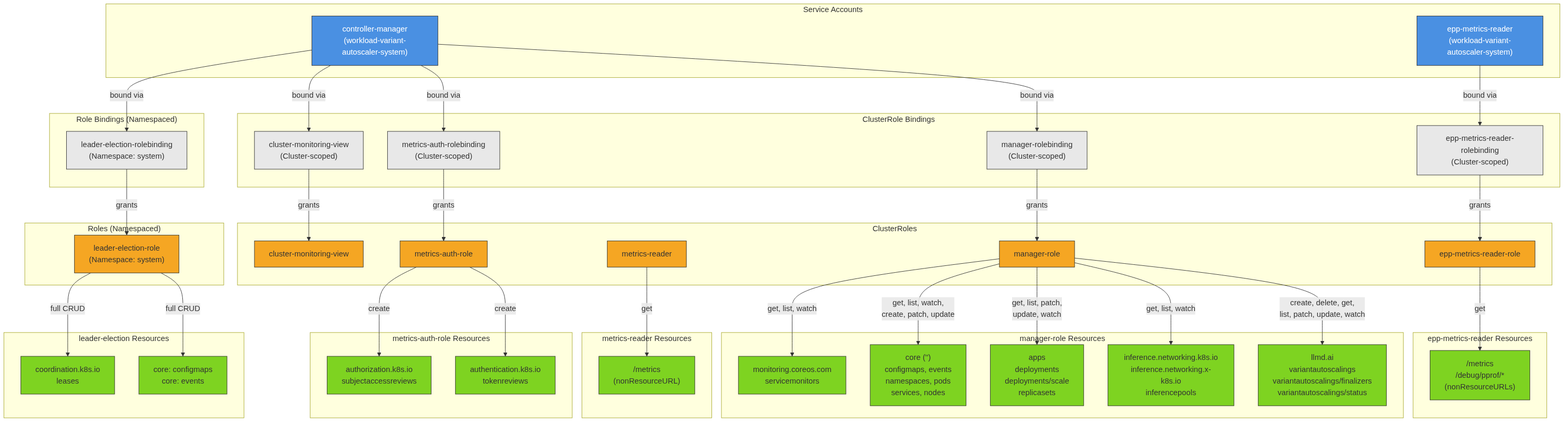
The Mermaid diagram architecture/rhoai-3.4-ea.2/diagrams/workload-variant-autoscaler-rbac.png in rhuss/architecture-context, before a commit. Its source is kept beside it as architecture/rhoai-3.4-ea.2/diagrams/workload-variant-autoscaler-rbac.mmd. Its diagram source:
```mermaid

graph TD
    subgraph ServiceAccounts["Service Accounts"]
        SA_CM["controller-manager<br/>(workload-variant-autoscaler-system)"]
        SA_EPP["epp-metrics-reader<br/>(workload-variant-autoscaler-system)"]
    end

    subgraph ClusterRoleBindings["ClusterRole Bindings"]
        CRB_MGR["manager-rolebinding<br/>(Cluster-scoped)"]
        CRB_AUTH["metrics-auth-rolebinding<br/>(Cluster-scoped)"]
        CRB_MON["cluster-monitoring-view<br/>(Cluster-scoped)"]
        CRB_EPP["epp-metrics-reader-rolebinding<br/>(Cluster-scoped)"]
    end

    subgraph RoleBindings["Role Bindings (Namespaced)"]
        RB_LEADER["leader-election-rolebinding<br/>(Namespace: system)"]
    end

    subgraph ClusterRoles["ClusterRoles"]
        CR_MGR["manager-role"]
        CR_AUTH["metrics-auth-role"]
        CR_READ["metrics-reader"]
        CR_MON["cluster-monitoring-view"]
        CR_EPP["epp-metrics-reader-role"]
    end

    subgraph Roles["Roles (Namespaced)"]
        R_LEADER["leader-election-role<br/>(Namespace: system)"]
    end

    subgraph ManagerResources["manager-role Resources"]
        RES_VA["llmd.ai<br/>variantautoscalings<br/>variantautoscalings/finalizers<br/>variantautoscalings/status"]
        RES_IP["inference.networking.k8s.io<br/>inference.networking.x-k8s.io<br/>inferencepools"]
        RES_DEPLOY["apps<br/>deployments<br/>deployments/scale<br/>replicasets"]
        RES_CORE["core ('')<br/>configmaps, events<br/>namespaces, pods<br/>services, nodes"]
        RES_MON_SM["monitoring.coreos.com<br/>servicemonitors"]
    end

    subgraph AuthResources["metrics-auth-role Resources"]
        RES_TOKEN["authentication.k8s.io<br/>tokenreviews"]
        RES_SAR["authorization.k8s.io<br/>subjectaccessreviews"]
    end

    subgraph MetricsResources["metrics-reader Resources"]
        RES_METRICS["/metrics<br/>(nonResourceURL)"]
    end

    subgraph EPPResources["epp-metrics-reader Resources"]
        RES_EPP_METRICS["/metrics<br/>/debug/pprof/*<br/>(nonResourceURLs)"]
    end

    subgraph LeaderResources["leader-election Resources"]
        RES_LEADER_CM["core: configmaps<br/>core: events"]
        RES_LEADER_LEASE["coordination.k8s.io<br/>leases"]
    end

    SA_CM -->|bound via| CRB_MGR
    SA_CM -->|bound via| CRB_AUTH
    SA_CM -->|bound via| CRB_MON
    SA_CM -->|bound via| RB_LEADER
    SA_EPP -->|bound via| CRB_EPP

    CRB_MGR -->|grants| CR_MGR
    CRB_AUTH -->|grants| CR_AUTH
    CRB_MON -->|grants| CR_MON
    CRB_EPP -->|grants| CR_EPP
    RB_LEADER -->|grants| R_LEADER

    CR_MGR -->|"create, delete, get,<br/>list, patch, update, watch"| RES_VA
    CR_MGR -->|"get, list, watch"| RES_IP
    CR_MGR -->|"get, list, patch,<br/>update, watch"| RES_DEPLOY
    CR_MGR -->|"get, list, watch,<br/>create, patch, update"| RES_CORE
    CR_MGR -->|"get, list, watch"| RES_MON_SM
    CR_AUTH -->|"create"| RES_TOKEN
    CR_AUTH -->|"create"| RES_SAR
    CR_READ -->|"get"| RES_METRICS
    CR_EPP -->|"get"| RES_EPP_METRICS
    R_LEADER -->|"full CRUD"| RES_LEADER_CM
    R_LEADER -->|"full CRUD"| RES_LEADER_LEASE

    style SA_CM fill:#4a90e2,stroke:#333,color:#fff
    style SA_EPP fill:#4a90e2,stroke:#333,color:#fff
    style CR_MGR fill:#f5a623,stroke:#333
    style CR_AUTH fill:#f5a623,stroke:#333
    style CR_READ fill:#f5a623,stroke:#333
    style CR_MON fill:#f5a623,stroke:#333
    style CR_EPP fill:#f5a623,stroke:#333
    style R_LEADER fill:#f5a623,stroke:#333
    style RES_VA fill:#7ed321,stroke:#333
    style RES_IP fill:#7ed321,stroke:#333
    style RES_DEPLOY fill:#7ed321,stroke:#333
    style RES_CORE fill:#7ed321,stroke:#333
    style RES_MON_SM fill:#7ed321,stroke:#333
    style RES_TOKEN fill:#7ed321,stroke:#333
    style RES_SAR fill:#7ed321,stroke:#333
    style RES_METRICS fill:#7ed321,stroke:#333
    style RES_EPP_METRICS fill:#7ed321,stroke:#333
    style RES_LEADER_CM fill:#7ed321,stroke:#333
    style RES_LEADER_LEASE fill:#7ed321,stroke:#333
    style CRB_MGR fill:#e8e8e8,stroke:#333
    style CRB_AUTH fill:#e8e8e8,stroke:#333
    style CRB_MON fill:#e8e8e8,stroke:#333
    style CRB_EPP fill:#e8e8e8,stroke:#333
    style RB_LEADER fill:#e8e8e8,stroke:#333
```
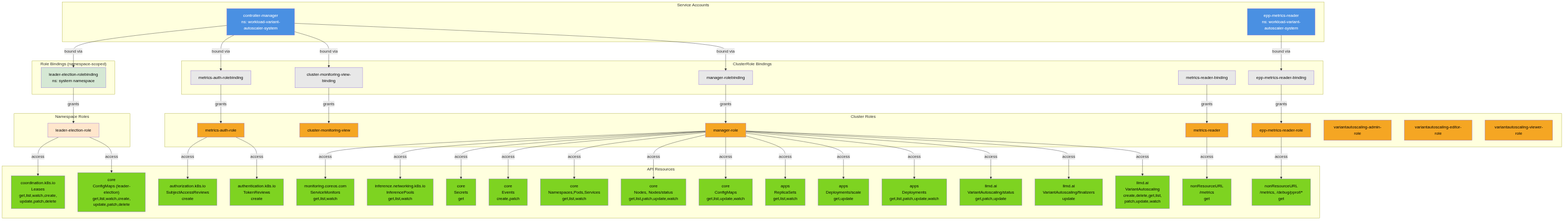
The same file after the commit.

Change to the diagram source:
```diff
@@ -1,104 +1,126 @@
 
 graph TD
     subgraph ServiceAccounts["Service Accounts"]
-        SA_CM["controller-manager<br/>(workload-variant-autoscaler-system)"]
-        SA_EPP["epp-metrics-reader<br/>(workload-variant-autoscaler-system)"]
+        SA_CM["controller-manager<br/>ns: workload-variant-autoscaler-system"]
+        SA_EPP["epp-metrics-reader<br/>ns: workload-variant-autoscaler-system"]
     end
 
     subgraph ClusterRoleBindings["ClusterRole Bindings"]
-        CRB_MGR["manager-rolebinding<br/>(Cluster-scoped)"]
-        CRB_AUTH["metrics-auth-rolebinding<br/>(Cluster-scoped)"]
-        CRB_MON["cluster-monitoring-view<br/>(Cluster-scoped)"]
-        CRB_EPP["epp-metrics-reader-rolebinding<br/>(Cluster-scoped)"]
+        CRB_MGR["manager-rolebinding"]
+        CRB_MON["cluster-monitoring-view-binding"]
+        CRB_AUTH["metrics-auth-rolebinding"]
+        CRB_READER["metrics-reader-binding"]
+        CRB_EPP["epp-metrics-reader-binding"]
     end
 
-    subgraph RoleBindings["Role Bindings (Namespaced)"]
-        RB_LEADER["leader-election-rolebinding<br/>(Namespace: system)"]
+    subgraph RoleBindings["Role Bindings (namespace-scoped)"]
+        RB_LE["leader-election-rolebinding<br/>ns: system namespace"]
     end
 
-    subgraph ClusterRoles["ClusterRoles"]
+    subgraph ClusterRoles["Cluster Roles"]
         CR_MGR["manager-role"]
+        CR_MON["cluster-monitoring-view"]
         CR_AUTH["metrics-auth-role"]
-        CR_READ["metrics-reader"]
-        CR_MON["cluster-monitoring-view"]
+        CR_READER["metrics-reader"]
         CR_EPP["epp-metrics-reader-role"]
+        CR_ADMIN["variantautoscaling-admin-role"]
+        CR_EDITOR["variantautoscaling-editor-role"]
+        CR_VIEWER["variantautoscaling-viewer-role"]
     end
 
-    subgraph Roles["Roles (Namespaced)"]
-        R_LEADER["leader-election-role<br/>(Namespace: system)"]
+    subgraph NamespaceRoles["Namespace Roles"]
+        NR_LE["leader-election-role"]
     end
 
-    subgraph ManagerResources["manager-role Resources"]
-        RES_VA["llmd.ai<br/>variantautoscalings<br/>variantautoscalings/finalizers<br/>variantautoscalings/status"]
-        RES_IP["inference.networking.k8s.io<br/>inference.networking.x-k8s.io<br/>inferencepools"]
-        RES_DEPLOY["apps<br/>deployments<br/>deployments/scale<br/>replicasets"]
-        RES_CORE["core ('')<br/>configmaps, events<br/>namespaces, pods<br/>services, nodes"]
-        RES_MON_SM["monitoring.coreos.com<br/>servicemonitors"]
-    end
-
-    subgraph AuthResources["metrics-auth-role Resources"]
-        RES_TOKEN["authentication.k8s.io<br/>tokenreviews"]
-        RES_SAR["authorization.k8s.io<br/>subjectaccessreviews"]
-    end
-
-    subgraph MetricsResources["metrics-reader Resources"]
-        RES_METRICS["/metrics<br/>(nonResourceURL)"]
-    end
-
-    subgraph EPPResources["epp-metrics-reader Resources"]
-        RES_EPP_METRICS["/metrics<br/>/debug/pprof/*<br/>(nonResourceURLs)"]
-    end
-
-    subgraph LeaderResources["leader-election Resources"]
-        RES_LEADER_CM["core: configmaps<br/>core: events"]
-        RES_LEADER_LEASE["coordination.k8s.io<br/>leases"]
+    subgraph Resources["API Resources"]
+        direction TB
+        R_VA["llmd.ai<br/>VariantAutoscaling<br/>create,delete,get,list,<br/>patch,update,watch"]
+        R_VA_FIN["llmd.ai<br/>VariantAutoscaling/finalizers<br/>update"]
+        R_VA_STATUS["llmd.ai<br/>VariantAutoscaling/status<br/>get,patch,update"]
+        R_DEPLOY["apps<br/>Deployments<br/>get,list,patch,update,watch"]
+        R_SCALE["apps<br/>Deployments/scale<br/>get,update"]
+        R_RS["apps<br/>ReplicaSets<br/>get,list,watch"]
+        R_CM["core<br/>ConfigMaps<br/>get,list,update,watch"]
+        R_NODES["core<br/>Nodes, Nodes/status<br/>get,list,patch,update,watch"]
+        R_NS["core<br/>Namespaces,Pods,Services<br/>get,list,watch"]
+        R_EVENTS["core<br/>Events<br/>create,patch"]
+        R_SECRETS["core<br/>Secrets<br/>get"]
+        R_IP["inference.networking.k8s.io<br/>InferencePools<br/>get,list,watch"]
+        R_SM["monitoring.coreos.com<br/>ServiceMonitors<br/>get,list,watch"]
+        R_TR["authentication.k8s.io<br/>TokenReviews<br/>create"]
+        R_SAR["authorization.k8s.io<br/>SubjectAccessReviews<br/>create"]
+        R_METRICS["nonResourceURL<br/>/metrics<br/>get"]
+        R_EPP_METRICS["nonResourceURL<br/>/metrics, /debug/pprof/*<br/>get"]
+        R_LE_CM["core<br/>ConfigMaps (leader-election)<br/>get,list,watch,create,<br/>update,patch,delete"]
+        R_LE_LEASE["coordination.k8s.io<br/>Leases<br/>get,list,watch,create,<br/>update,patch,delete"]
     end
 
     SA_CM -->|bound via| CRB_MGR
+    SA_CM -->|bound via| CRB_MON
     SA_CM -->|bound via| CRB_AUTH
-    SA_CM -->|bound via| CRB_MON
-    SA_CM -->|bound via| RB_LEADER
+    SA_CM -->|bound via| RB_LE
     SA_EPP -->|bound via| CRB_EPP
 
     CRB_MGR -->|grants| CR_MGR
+    CRB_MON -->|grants| CR_MON
     CRB_AUTH -->|grants| CR_AUTH
-    CRB_MON -->|grants| CR_MON
+    CRB_READER -->|grants| CR_READER
     CRB_EPP -->|grants| CR_EPP
-    RB_LEADER -->|grants| R_LEADER
+    RB_LE -->|grants| NR_LE
 
-    CR_MGR -->|"create, delete, get,<br/>list, patch, update, watch"| RES_VA
-    CR_MGR -->|"get, list, watch"| RES_IP
-    CR_MGR -->|"get, list, patch,<br/>update, watch"| RES_DEPLOY
-    CR_MGR -->|"get, list, watch,<br/>create, patch, update"| RES_CORE
-    CR_MGR -->|"get, list, watch"| RES_MON_SM
-    CR_AUTH -->|"create"| RES_TOKEN
-    CR_AUTH -->|"create"| RES_SAR
-    CR_READ -->|"get"| RES_METRICS
-    CR_EPP -->|"get"| RES_EPP_METRICS
-    R_LEADER -->|"full CRUD"| RES_LEADER_CM
-    R_LEADER -->|"full CRUD"| RES_LEADER_LEASE
+    CR_MGR -->|access| R_VA
+    CR_MGR -->|access| R_VA_FIN
+    CR_MGR -->|access| R_VA_STATUS
+    CR_MGR -->|access| R_DEPLOY
+    CR_MGR -->|access| R_SCALE
+    CR_MGR -->|access| R_RS
+    CR_MGR -->|access| R_CM
+    CR_MGR -->|access| R_NODES
+    CR_MGR -->|access| R_NS
+    CR_MGR -->|access| R_EVENTS
+    CR_MGR -->|access| R_SECRETS
+    CR_MGR -->|access| R_IP
+    CR_MGR -->|access| R_SM
+    CR_AUTH -->|access| R_TR
+    CR_AUTH -->|access| R_SAR
+    CR_READER -->|access| R_METRICS
+    CR_EPP -->|access| R_EPP_METRICS
+    NR_LE -->|access| R_LE_CM
+    NR_LE -->|access| R_LE_LEASE
 
-    style SA_CM fill:#4a90e2,stroke:#333,color:#fff
-    style SA_EPP fill:#4a90e2,stroke:#333,color:#fff
-    style CR_MGR fill:#f5a623,stroke:#333
-    style CR_AUTH fill:#f5a623,stroke:#333
-    style CR_READ fill:#f5a623,stroke:#333
-    style CR_MON fill:#f5a623,stroke:#333
-    style CR_EPP fill:#f5a623,stroke:#333
-    style R_LEADER fill:#f5a623,stroke:#333
-    style RES_VA fill:#7ed321,stroke:#333
-    style RES_IP fill:#7ed321,stroke:#333
-    style RES_DEPLOY fill:#7ed321,stroke:#333
-    style RES_CORE fill:#7ed321,stroke:#333
-    style RES_MON_SM fill:#7ed321,stroke:#333
-    style RES_TOKEN fill:#7ed321,stroke:#333
-    style RES_SAR fill:#7ed321,stroke:#333
-    style RES_METRICS fill:#7ed321,stroke:#333
-    style RES_EPP_METRICS fill:#7ed321,stroke:#333
-    style RES_LEADER_CM fill:#7ed321,stroke:#333
-    style RES_LEADER_LEASE fill:#7ed321,stroke:#333
-    style CRB_MGR fill:#e8e8e8,stroke:#333
-    style CRB_AUTH fill:#e8e8e8,stroke:#333
-    style CRB_MON fill:#e8e8e8,stroke:#333
-    style CRB_EPP fill:#e8e8e8,stroke:#333
-    style RB_LEADER fill:#e8e8e8,stroke:#333
+    style SA_CM fill:#4a90e2,color:#fff
+    style SA_EPP fill:#4a90e2,color:#fff
+    style CRB_MGR fill:#e8e8e8,color:#000
+    style CRB_MON fill:#e8e8e8,color:#000
+    style CRB_AUTH fill:#e8e8e8,color:#000
+    style CRB_READER fill:#e8e8e8,color:#000
+    style CRB_EPP fill:#e8e8e8,color:#000
+    style RB_LE fill:#d5e8d4,color:#000
+    style CR_MGR fill:#f5a623,color:#000
+    style CR_MON fill:#f5a623,color:#000
+    style CR_AUTH fill:#f5a623,color:#000
+    style CR_READER fill:#f5a623,color:#000
+    style CR_EPP fill:#f5a623,color:#000
+    style CR_ADMIN fill:#f5a623,color:#000
+    style CR_EDITOR fill:#f5a623,color:#000
+    style CR_VIEWER fill:#f5a623,color:#000
+    style NR_LE fill:#ffe6cc,color:#000
+    style R_VA fill:#7ed321,color:#000
+    style R_VA_FIN fill:#7ed321,color:#000
+    style R_VA_STATUS fill:#7ed321,color:#000
+    style R_DEPLOY fill:#7ed321,color:#000
+    style R_SCALE fill:#7ed321,color:#000
+    style R_RS fill:#7ed321,color:#000
+    style R_CM fill:#7ed321,color:#000
+    style R_NODES fill:#7ed321,color:#000
+    style R_NS fill:#7ed321,color:#000
+    style R_EVENTS fill:#7ed321,color:#000
+    style R_SECRETS fill:#7ed321,color:#000
+    style R_IP fill:#7ed321,color:#000
+    style R_SM fill:#7ed321,color:#000
+    style R_TR fill:#7ed321,color:#000
+    style R_SAR fill:#7ed321,color:#000
+    style R_METRICS fill:#7ed321,color:#000
+    style R_EPP_METRICS fill:#7ed321,color:#000
+    style R_LE_CM fill:#7ed321,color:#000
+    style R_LE_LEASE fill:#7ed321,color:#000
```
